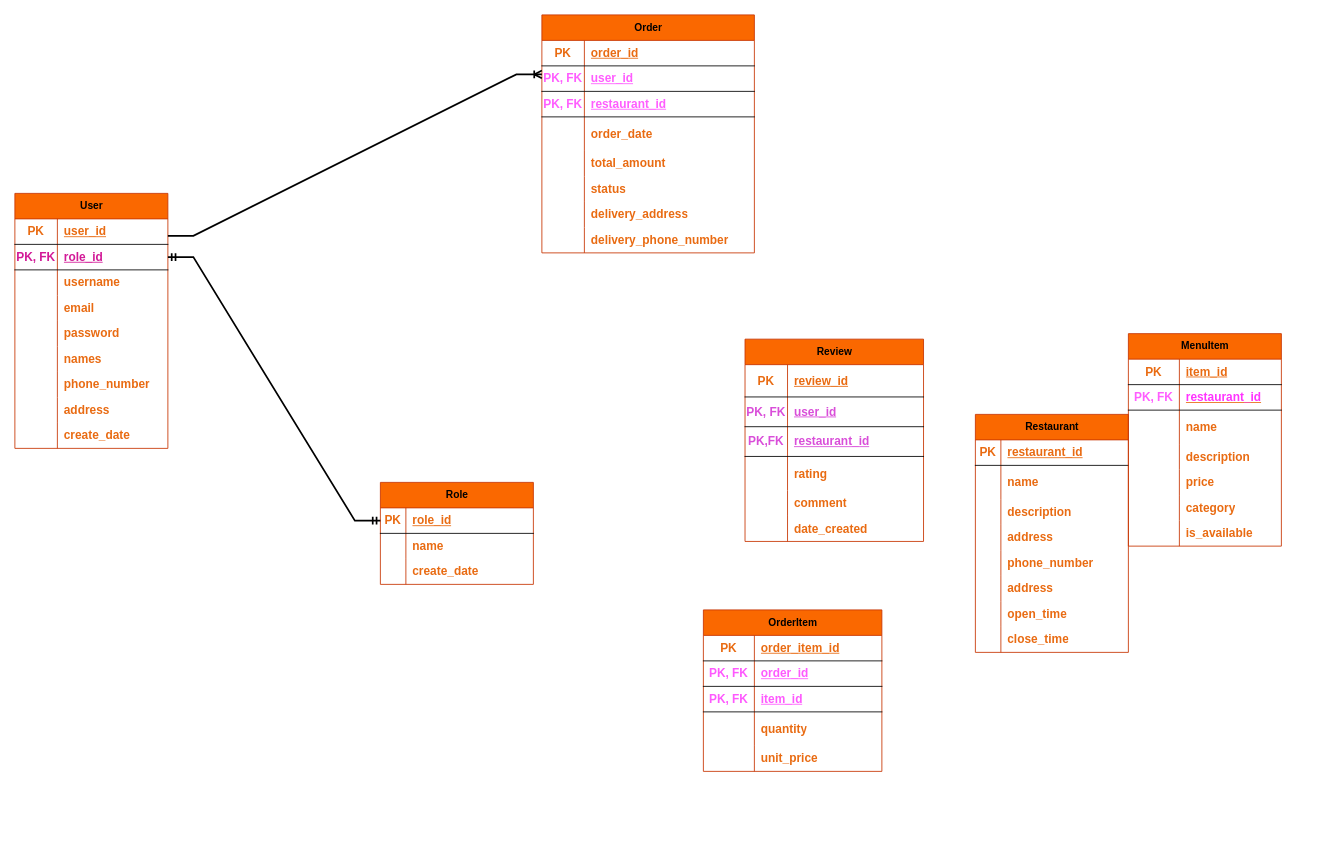
Earlier version of the draw.io diagram FoodDeliveryDatabase.drawio (dabiko/draw-io). Source tidied: cells renumbered, new cells numbered last; positions are measured from the earlier drawing's top-left corner, leaving out a move shared by most shapes. Both pictures are drawn from the tidied source at 85%, with x=0, y=0 at pixel (14, 14).
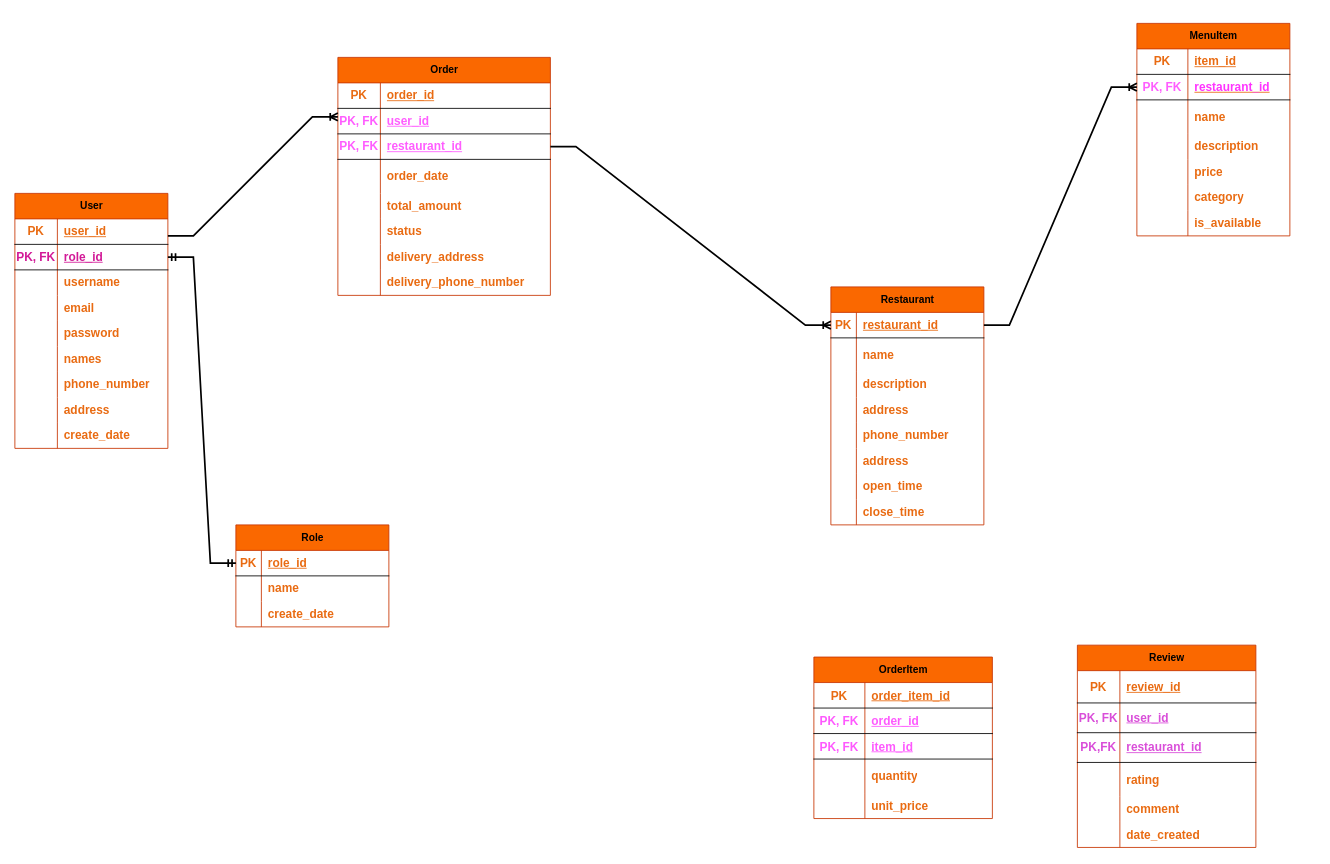
After the change.

The change refers to these unchanged cells:
```xml
<mxCell id="31" style="shape=tableRow;horizontal=0;startSize=0;swimlaneHead=0;swimlaneBody=0;fillColor=none;points=[[0,0.5],[1,0.5]];portConstraint=eastwest;top=0;left=0;right=0;bottom=1;" parent="30" vertex="1">
  <mxGeometry y="30" width="180" height="30" as="geometry" />
</mxCell>
<mxCell id="60" style="shape=tableRow;horizontal=0;startSize=0;swimlaneHead=0;swimlaneBody=0;fillColor=none;points=[[0,0.5],[1,0.5]];portConstraint=eastwest;top=0;left=0;right=0;bottom=1;" parent="56" vertex="1">
  <mxGeometry y="60" width="180" height="30" as="geometry" />
</mxCell>
<mxCell id="103" style="shape=tableRow;horizontal=0;startSize=0;swimlaneHead=0;swimlaneBody=0;fillColor=none;points=[[0,0.5],[1,0.5]];portConstraint=eastwest;top=0;left=0;right=0;bottom=1;" parent="96" vertex="1">
  <mxGeometry y="90" width="250" height="30" as="geometry" />
</mxCell>
```

Change to the diagram source:
```diff
@@
     <mxCell id="30" value="Restaurant" style="shape=table;startSize=30;childLayout=tableLayout;rowLines=0;fontStyle=1;align=center;html=1;fillColor=#fa6800;strokeColor=#C73500;fontColor=#000000;" parent="1" vertex="1">
-      <mxGeometry x="1130" y="470" width="180" height="280" as="geometry" />
+      <mxGeometry x="960" y="320" width="180" height="280" as="geometry" />
     </mxCell>
@@
     <mxCell id="55" style="group;" parent="1" vertex="1">
-      <mxGeometry x="1310" y="375" width="180" height="260" as="geometry" />
+      <mxGeometry x="1320" y="10" width="180" height="260" as="geometry" />
     </mxCell>
@@
     <mxCell id="78" style="group;" parent="1" vertex="1">
-      <mxGeometry x="810" y="700" width="210" height="210" as="geometry" />
+      <mxGeometry x="940" y="755.5" width="210" height="210" as="geometry" />
     </mxCell>
@@
     <mxCell id="95" style="group;" parent="1" vertex="1">
-      <mxGeometry x="620" width="210" height="300" as="geometry" />
+      <mxGeometry x="380" y="50" width="210" height="300" as="geometry" />
     </mxCell>
@@
     <mxCell id="121" style="group;" parent="1" vertex="1">
-      <mxGeometry x="859" y="380" width="280" height="241" as="geometry" />
+      <mxGeometry x="1250" y="740" width="280" height="241" as="geometry" />
     </mxCell>
@@
     <mxCell id="142" value="Role" style="shape=table;startSize=30;childLayout=tableLayout;rowLines=0;fontStyle=1;align=center;html=1;fillColor=#fa6800;strokeColor=#C73500;fontColor=#000000;" parent="1" vertex="1">
-      <mxGeometry x="430" y="550" width="180" height="120" as="geometry" />
+      <mxGeometry x="260" y="600" width="180" height="120" as="geometry" />
     </mxCell>
@@
+    <mxCell id="154" style="edgeStyle=entityRelationEdgeStyle;fontSize=12;html=1;endArrow=ERoneToMany;rounded=0;exitX=1;exitY=0.5;exitDx=0;exitDy=0;entryX=0;entryY=0.5;entryDx=0;entryDy=0;strokeWidth=2;" parent="1" edge="1" source="31" target="60">
+      <mxGeometry relative="1" as="geometry" />
+    </mxCell>
+    <mxCell id="155" style="edgeStyle=entityRelationEdgeStyle;fontSize=12;html=1;endArrow=ERoneToMany;rounded=0;strokeWidth=2;exitX=1;exitY=0.5;exitDx=0;exitDy=0;" parent="1" edge="1" source="103" target="31">
+      <mxGeometry relative="1" as="geometry" />
+    </mxCell>
```
